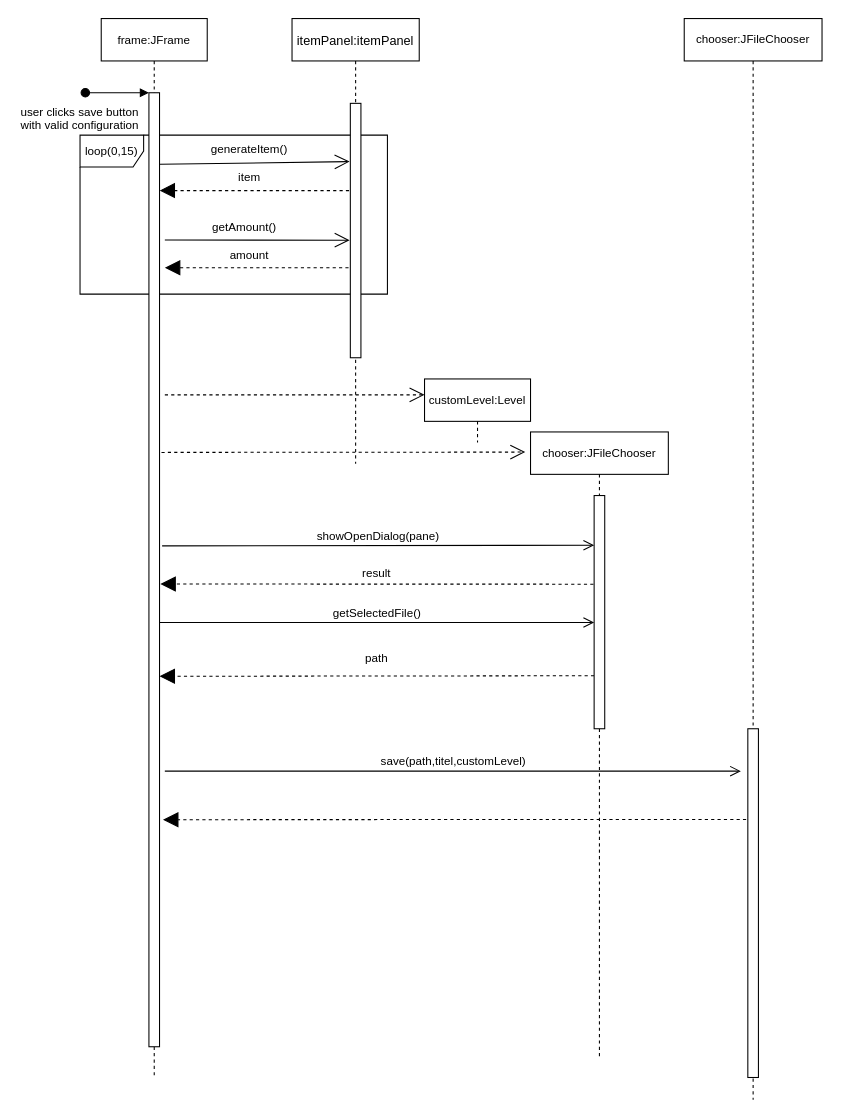
Before: Squenzdiagramm.drawio in CaroReutin/Teamprojekt, a draw.io diagram. Source tidied: cells renumbered, new cells numbered last; positions are measured from the earlier drawing's top-left corner, leaving out a move shared by most shapes. Both pictures are drawn from the tidied source at 106%, with x=0, y=0 at pixel (80, 18).
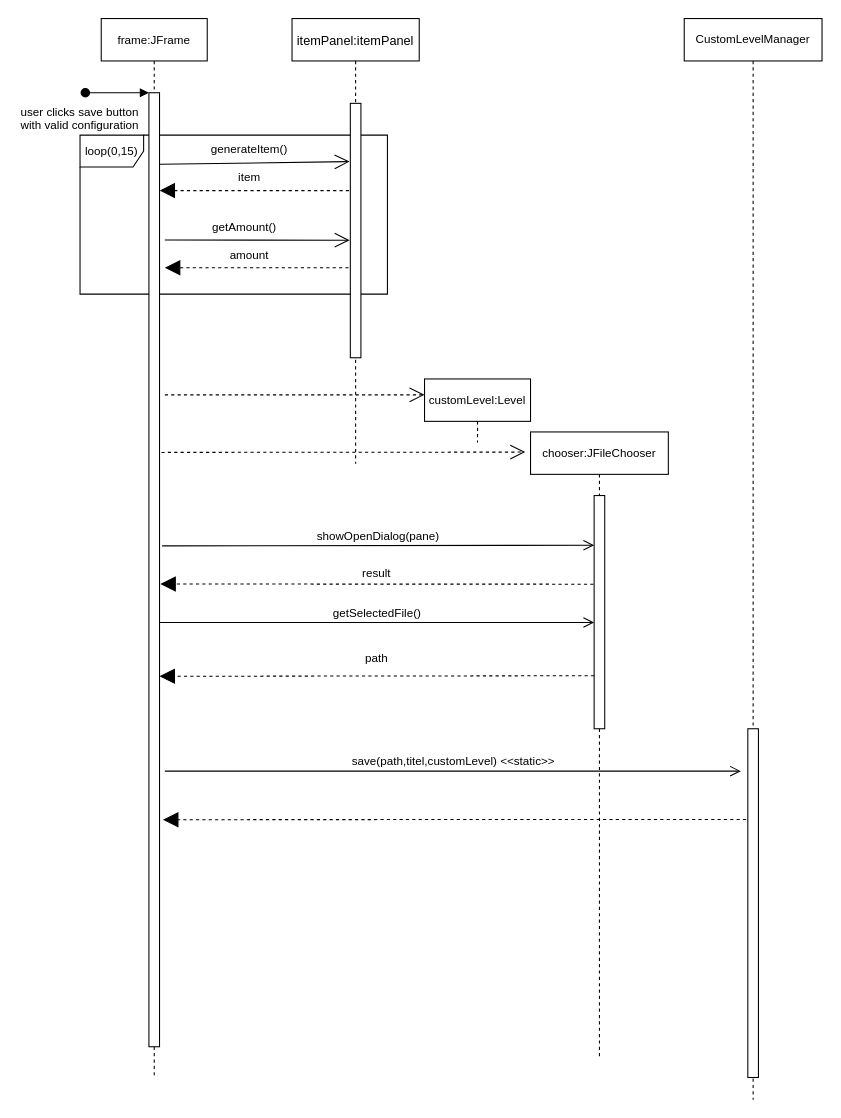
The same diagram, later.

The edit, as a diff of the source:
```diff
@@
-    <mxCell id="27" value="chooser:JFileChooser" style="shape=umlLifeline;perimeter=lifelinePerimeter;whiteSpace=wrap;html=1;fontSize=11;fillColor=none;" parent="1" vertex="1">
+    <mxCell id="27" value="CustomLevelManager" style="shape=umlLifeline;perimeter=lifelinePerimeter;whiteSpace=wrap;html=1;fontSize=11;fillColor=none;" parent="1" vertex="1">
       <mxGeometry x="570" width="130" height="1020" as="geometry" />
     </mxCell>
@@
-    <mxCell id="29" value="save(path,titel,customLevel)" style="html=1;verticalAlign=bottom;endArrow=open;endSize=8;rounded=0;fontSize=11;" parent="1" edge="1">
+    <mxCell id="29" value="save(path,titel,customLevel) &amp;lt;&amp;lt;static&amp;gt;&amp;gt;" style="html=1;verticalAlign=bottom;endArrow=open;endSize=8;rounded=0;fontSize=11;" parent="1" edge="1">
       <mxGeometry relative="1" as="geometry">
         <mxPoint x="80" y="710" as="sourcePoint" />
         <mxPoint x="623.4" y="710" as="targetPoint" />
       </mxGeometry>
     </mxCell>
```
